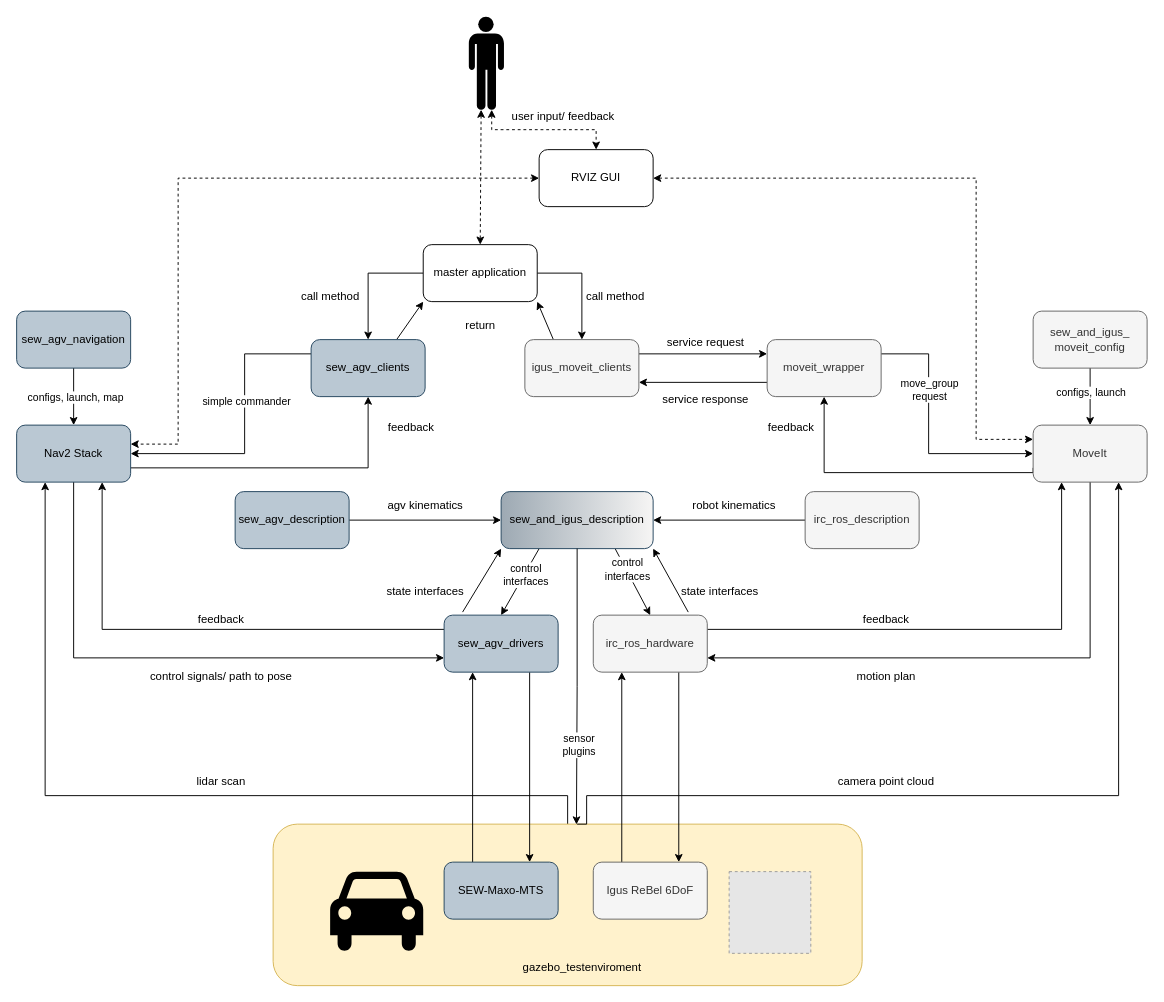
RobinWolf/sew_maxo_mts_and_igus_rebel keeps this draw.io diagram as img/architecture.drawio. Above is the earlier version. Source tidied: cells renumbered, new cells numbered last; positions are measured from the earlier drawing's top-left corner, leaving out a move shared by most shapes. Both pictures are drawn from the tidied source at 95%, with x=0, y=0 at pixel (16, 16). Pictures stored in the file or linked from it are replaced by grey dashed boxes.
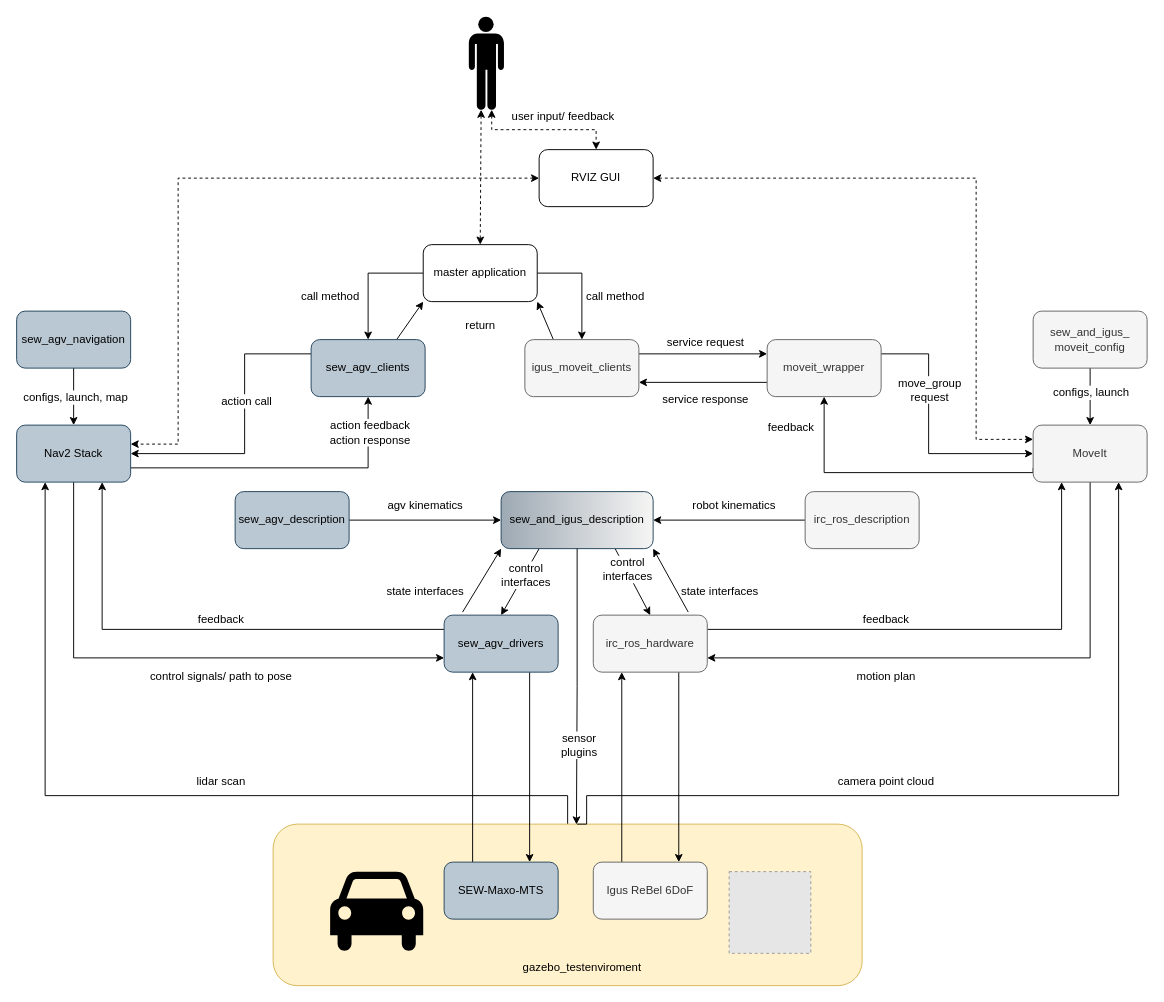
Above is the later version.

Unchanged cells that the change refers to:
```xml
<mxCell id="24" style="rounded=0;jettySize=auto;html=1;exitX=0.25;exitY=1;exitDx=0;exitDy=0;entryX=0.5;entryY=0;entryDx=0;entryDy=0;" parent="1" edge="1" source="28" target="17">
  <mxGeometry relative="1" as="geometry" />
</mxCell>
<mxCell id="26" style="rounded=0;jettySize=auto;html=1;exitX=0.75;exitY=1;exitDx=0;exitDy=0;entryX=0.5;entryY=0;entryDx=0;entryDy=0;" parent="1" edge="1" source="28" target="21">
  <mxGeometry relative="1" as="geometry" />
</mxCell>
<mxCell id="37" style="edgeStyle=orthogonalEdgeStyle;rounded=0;jettySize=auto;html=1;exitX=0.5;exitY=1;exitDx=0;exitDy=0;entryX=0.515;entryY=0.002;entryDx=0;entryDy=0;entryPerimeter=0;" parent="1" edge="1" source="28" target="3">
  <mxGeometry relative="1" as="geometry" />
</mxCell>
<mxCell id="41" style="edgeStyle=orthogonalEdgeStyle;rounded=0;jettySize=auto;html=1;exitX=0;exitY=0.25;exitDx=0;exitDy=0;entryX=1;entryY=0.5;entryDx=0;entryDy=0;" parent="1" edge="1" source="43" target="62">
  <mxGeometry relative="1" as="geometry">
    <Array as="points">
      <mxPoint x="240" y="355" />
      <mxPoint x="240" y="460" />
    </Array>
  </mxGeometry>
</mxCell>
<mxCell id="48" style="edgeStyle=orthogonalEdgeStyle;rounded=0;jettySize=auto;html=1;exitX=1;exitY=0.25;exitDx=0;exitDy=0;entryX=0;entryY=0.5;entryDx=0;entryDy=0;" parent="1" edge="1" source="50" target="59">
  <mxGeometry relative="1" as="geometry">
    <Array as="points">
      <mxPoint x="960" y="355" />
      <mxPoint x="960" y="460" />
    </Array>
  </mxGeometry>
</mxCell>
<mxCell id="51" style="edgeStyle=orthogonalEdgeStyle;rounded=0;jettySize=auto;html=1;exitX=0.5;exitY=1;exitDx=0;exitDy=0;entryX=0.5;entryY=0;entryDx=0;entryDy=0;" parent="1" edge="1" source="53" target="62">
  <mxGeometry relative="1" as="geometry" />
</mxCell>
<mxCell id="54" style="edgeStyle=orthogonalEdgeStyle;rounded=0;jettySize=auto;html=1;exitX=0.5;exitY=1;exitDx=0;exitDy=0;entryX=0.5;entryY=0;entryDx=0;entryDy=0;" parent="1" edge="1" source="56" target="59">
  <mxGeometry relative="1" as="geometry" />
</mxCell>
<mxCell id="61" style="edgeStyle=orthogonalEdgeStyle;rounded=0;jettySize=auto;html=1;exitX=1;exitY=0.75;exitDx=0;exitDy=0;entryX=0.5;entryY=1;entryDx=0;entryDy=0;" parent="1" edge="1" source="62" target="43">
  <mxGeometry relative="1" as="geometry" />
</mxCell>
```

Change to the diagram source:
```diff
@@
-    <mxCell id="25" value="&lt;div&gt;control&lt;/div&gt;&lt;div&gt;interfaces&lt;br&gt;&lt;/div&gt;" style="edgeLabel;html=1;align=center;verticalAlign=middle;" parent="24" vertex="1">
+    <mxCell id="25" value="&lt;div&gt;&lt;font style=&quot;font-size: 12px;&quot;&gt;control&lt;/font&gt;&lt;/div&gt;&lt;div style=&quot;font-size: 12px;&quot;&gt;&lt;font style=&quot;font-size: 12px;&quot;&gt;interfaces&lt;br&gt;&lt;/font&gt;&lt;/div&gt;" style="edgeLabel;html=1;align=center;verticalAlign=middle;" parent="24" vertex="1">
       <mxGeometry x="-0.23" y="1" relative="1" as="geometry" />
     </mxCell>
@@
-    <mxCell id="27" value="&lt;div&gt;control&lt;/div&gt;&lt;div&gt;interfaces&lt;br&gt;&lt;/div&gt;" style="edgeLabel;html=1;align=center;verticalAlign=middle;" parent="26" vertex="1">
+    <mxCell id="27" value="&lt;div style=&quot;font-size: 12px;&quot;&gt;&lt;font style=&quot;font-size: 12px;&quot;&gt;control&lt;/font&gt;&lt;/div&gt;&lt;div style=&quot;font-size: 12px;&quot;&gt;&lt;font style=&quot;font-size: 12px;&quot;&gt;interfaces&lt;br&gt;&lt;/font&gt;&lt;/div&gt;" style="edgeLabel;html=1;align=center;verticalAlign=middle;" parent="26" vertex="1">
       <mxGeometry x="-0.36" y="1" relative="1" as="geometry" />
     </mxCell>
@@
-    <mxCell id="38" value="&lt;div&gt;sensor&lt;/div&gt;&lt;div&gt;plugins&lt;br&gt;&lt;/div&gt;" style="edgeLabel;html=1;align=center;verticalAlign=middle;" parent="37" vertex="1">
+    <mxCell id="38" value="&lt;div style=&quot;font-size: 12px;&quot;&gt;sensor&lt;/div&gt;&lt;div style=&quot;font-size: 12px;&quot;&gt;plugins&lt;br&gt;&lt;/div&gt;" style="edgeLabel;html=1;align=center;verticalAlign=middle;" parent="37" vertex="1">
       <mxGeometry x="0.42" y="2" relative="1" as="geometry" />
     </mxCell>
@@
-    <mxCell id="42" value="simple commander" style="edgeLabel;html=1;align=center;verticalAlign=middle;" parent="41" vertex="1">
+    <mxCell id="42" value="&lt;font style=&quot;font-size: 12px;&quot;&gt;action call&lt;/font&gt;" style="edgeLabel;html=1;align=center;verticalAlign=middle;" parent="41" vertex="1">
       <mxGeometry x="-0.19" y="1" relative="1" as="geometry" />
     </mxCell>
@@
-    <mxCell id="49" value="&lt;div&gt;move_group&lt;/div&gt;&lt;div&gt;request&lt;/div&gt;" style="edgeLabel;html=1;align=center;verticalAlign=middle;" parent="48" vertex="1">
+    <mxCell id="49" value="&lt;div style=&quot;font-size: 12px;&quot;&gt;move_group&lt;/div&gt;&lt;div style=&quot;font-size: 12px;&quot;&gt;request&lt;/div&gt;" style="edgeLabel;html=1;align=center;verticalAlign=middle;" parent="48" vertex="1">
       <mxGeometry x="-0.34" relative="1" as="geometry" />
     </mxCell>
@@
-    <mxCell id="52" value="configs, launch, map" style="edgeLabel;html=1;align=center;verticalAlign=middle;" parent="51" vertex="1">
+    <mxCell id="52" value="&lt;font style=&quot;font-size: 12px;&quot;&gt;configs, launch, map&lt;/font&gt;" style="edgeLabel;html=1;align=center;verticalAlign=middle;" parent="51" vertex="1">
       <mxGeometry x="0.01" y="1" relative="1" as="geometry" />
     </mxCell>
@@
-    <mxCell id="55" value="configs, launch" style="edgeLabel;html=1;align=center;verticalAlign=middle;" parent="54" vertex="1">
+    <mxCell id="55" value="&lt;font style=&quot;font-size: 12px;&quot;&gt;configs, launch&lt;/font&gt;" style="edgeLabel;html=1;align=center;verticalAlign=middle;" parent="54" vertex="1">
       <mxGeometry x="-0.17" relative="1" as="geometry" />
     </mxCell>
@@
+    <mxCell id="81" value="&lt;div style=&quot;font-size: 12px;&quot;&gt;action feedback&lt;/div&gt;&lt;div style=&quot;font-size: 12px;&quot;&gt;action response&lt;br&gt;&lt;/div&gt;" style="edgeLabel;html=1;align=center;verticalAlign=middle;" parent="61" vertex="1">
+      <mxGeometry x="0.77" y="-1" relative="1" as="geometry" />
+    </mxCell>
@@
-    <mxCell id="72" value="feedback" style="text;html=1;align=center;verticalAlign=middle;strokeColor=none;fillColor=none;" parent="1" vertex="1">
-      <mxGeometry x="380" y="418" width="70" height="30" as="geometry" />
-    </mxCell>
```
